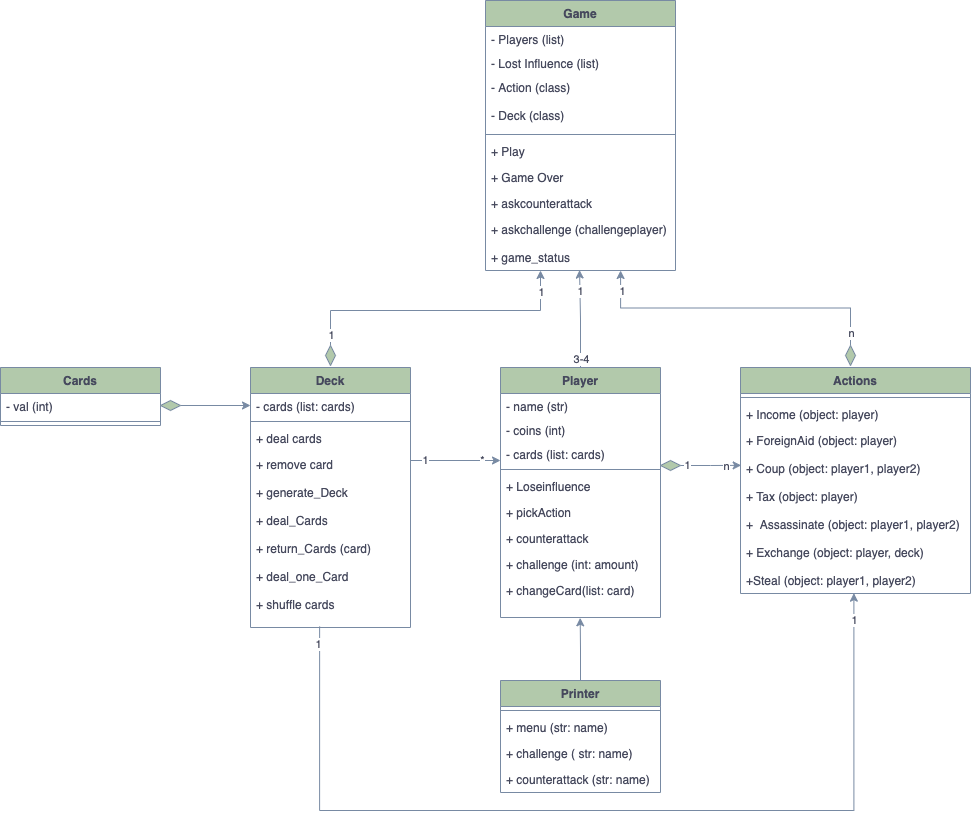
ICC3103-202110/proyecto-01-pizarro_montero keeps this draw.io diagram as Proyecto1_POO.png. Above is the earlier version. Source tidied: cells renumbered, new cells last; positions are measured from the earlier drawing's top-left corner, leaving out a move shared by most shapes.
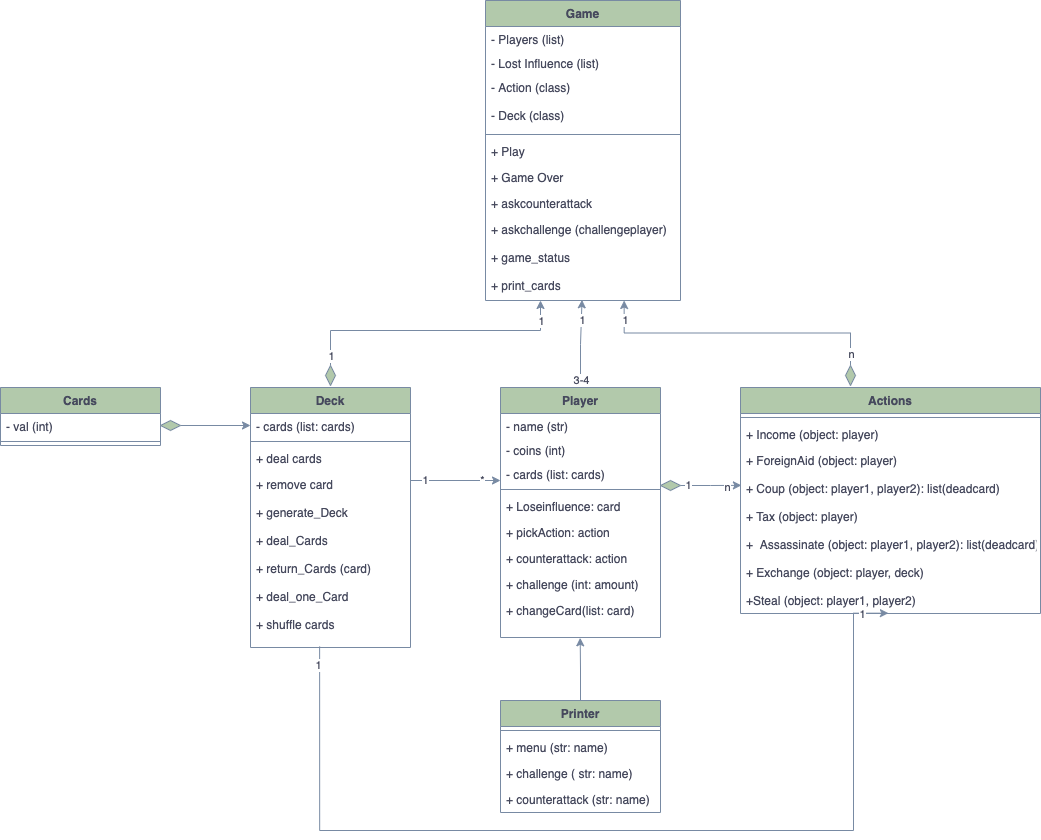
The same diagram one commit later.

The edit, as a diff of the source:
```diff
@@ -3,7 +3,12 @@
     <mxCell id="0" />
     <mxCell id="1" parent="0" />
     <mxCell id="2" style="edgeStyle=orthogonalEdgeStyle;rounded=0;jettySize=auto;html=1;entryX=0.495;entryY=0.992;entryDx=0;entryDy=0;entryPerimeter=0;fillColor=#B2C9AB;startArrow=none;exitX=0.5;exitY=0;exitDx=0;exitDy=0;strokeColor=#788AA3;fontColor=#46495D;" parent="1" edge="1" source="5" target="44">
-      <mxGeometry relative="1" as="geometry" />
+      <mxGeometry relative="1" as="geometry">
+        <Array as="points">
+          <mxPoint x="580" y="324" />
+          <mxPoint x="582" y="324" />
+        </Array>
+      </mxGeometry>
     </mxCell>
     <mxCell id="3" value="3-4" style="edgeLabel;html=1;align=center;verticalAlign=middle;fontColor=#46495D;" parent="2" vertex="1">
       <mxGeometry x="-0.82" relative="1" as="geometry" />
@@ -26,13 +31,13 @@
     <mxCell id="9" style="line;strokeWidth=1;fillColor=none;align=left;verticalAlign=middle;spacingTop=-1;spacingLeft=3;spacingRight=3;labelPosition=right;fontColor=#46495D;strokeColor=#788AA3;" parent="5" vertex="1">
       <mxGeometry y="98" width="160" height="8" as="geometry" />
     </mxCell>
-    <mxCell id="10" value="+ Loseinfluence" style="text;strokeColor=none;fillColor=none;align=left;verticalAlign=top;spacingLeft=4;spacingRight=4;overflow=hidden;fontColor=#46495D;" parent="5" vertex="1">
+    <mxCell id="10" value="+ Loseinfluence: card" style="text;strokeColor=none;fillColor=none;align=left;verticalAlign=top;spacingLeft=4;spacingRight=4;overflow=hidden;fontColor=#46495D;" parent="5" vertex="1">
       <mxGeometry y="106" width="160" height="26" as="geometry" />
     </mxCell>
-    <mxCell id="11" value="+ pickAction" style="text;strokeColor=none;fillColor=none;align=left;verticalAlign=top;spacingLeft=4;spacingRight=4;overflow=hidden;fontColor=#46495D;" parent="5" vertex="1">
+    <mxCell id="11" value="+ pickAction: action" style="text;strokeColor=none;fillColor=none;align=left;verticalAlign=top;spacingLeft=4;spacingRight=4;overflow=hidden;fontColor=#46495D;" parent="5" vertex="1">
       <mxGeometry y="132" width="160" height="26" as="geometry" />
     </mxCell>
-    <mxCell id="12" value="+ counterattack" style="text;strokeColor=none;fillColor=none;align=left;verticalAlign=top;spacingLeft=4;spacingRight=4;overflow=hidden;fontColor=#46495D;" parent="5" vertex="1">
+    <mxCell id="12" value="+ counterattack: action" style="text;strokeColor=none;fillColor=none;align=left;verticalAlign=top;spacingLeft=4;spacingRight=4;overflow=hidden;fontColor=#46495D;" parent="5" vertex="1">
       <mxGeometry y="158" width="160" height="26" as="geometry" />
     </mxCell>
     <mxCell id="13" value="+ challenge (int: amount)" style="text;strokeColor=none;fillColor=none;align=left;verticalAlign=top;spacingLeft=4;spacingRight=4;overflow=hidden;fontColor=#46495D;" parent="5" vertex="1">
@@ -42,16 +47,16 @@
       <mxGeometry y="210" width="160" height="40" as="geometry" />
     </mxCell>
     <mxCell id="15" value="Actions" style="swimlane;fontStyle=1;align=center;verticalAlign=top;horizontal=1;startSize=26;strokeColor=#788AA3;fillColor=#B2C9AB;fontColor=#46495D;" parent="1" vertex="1">
-      <mxGeometry x="740" y="367" width="230" height="226" as="geometry" />
+      <mxGeometry x="740" y="367" width="300" height="226" as="geometry" />
     </mxCell>
     <mxCell id="16" style="line;strokeWidth=1;fillColor=none;align=left;verticalAlign=middle;spacingTop=-1;spacingLeft=3;spacingRight=3;labelPosition=right;fontColor=#46495D;strokeColor=#788AA3;" parent="15" vertex="1">
-      <mxGeometry y="26" width="230" height="8" as="geometry" />
+      <mxGeometry y="26" width="300" height="8" as="geometry" />
     </mxCell>
     <mxCell id="17" value="+ Income (object: player)" style="text;strokeColor=none;fillColor=none;align=left;verticalAlign=top;spacingLeft=4;spacingRight=4;overflow=hidden;fontColor=#46495D;" parent="15" vertex="1">
-      <mxGeometry y="34" width="230" height="26" as="geometry" />
+      <mxGeometry y="34" width="300" height="26" as="geometry" />
     </mxCell>
-    <mxCell id="18" value="+ ForeignAid (object: player)&#10;&#10;+ Coup (object: player1, player2)&#10;&#10;+ Tax (object: player)&#10;&#10;+  Assassinate (object: player1, player2)&#10;&#10;+ Exchange (object: player, deck)&#10;&#10;+Steal (object: player1, player2)" style="text;strokeColor=none;fillColor=none;align=left;verticalAlign=top;spacingLeft=4;spacingRight=4;overflow=hidden;points=[[0,0.5],[1,0.5]];portConstraint=eastwest;fontColor=#46495D;" parent="15" vertex="1">
-      <mxGeometry y="60" width="230" height="166" as="geometry" />
+    <mxCell id="18" value="+ ForeignAid (object: player)&#10;&#10;+ Coup (object: player1, player2): list(deadcard)&#10;&#10;+ Tax (object: player)&#10;&#10;+  Assassinate (object: player1, player2): list(deadcard)&#10;&#10;+ Exchange (object: player, deck)&#10;&#10;+Steal (object: player1, player2)" style="text;strokeColor=none;fillColor=none;align=left;verticalAlign=top;spacingLeft=4;spacingRight=4;overflow=hidden;points=[[0,0.5],[1,0.5]];portConstraint=eastwest;fontColor=#46495D;" parent="15" vertex="1">
+      <mxGeometry y="60" width="300" height="166" as="geometry" />
     </mxCell>
     <mxCell id="19" style="edgeStyle=orthogonalEdgeStyle;rounded=0;jettySize=auto;html=1;entryX=0.498;entryY=1.008;entryDx=0;entryDy=0;entryPerimeter=0;fillColor=#B2C9AB;strokeColor=#788AA3;fontColor=#46495D;" parent="1" edge="1" source="20" target="14">
       <mxGeometry relative="1" as="geometry" />
@@ -114,31 +119,31 @@
       <mxGeometry y="84" width="160" height="176" as="geometry" />
     </mxCell>
     <mxCell id="36" value="Game" style="swimlane;fontStyle=1;align=center;verticalAlign=top;horizontal=1;startSize=26;strokeColor=#788AA3;fillColor=#B2C9AB;fontColor=#46495D;" parent="1" vertex="1">
-      <mxGeometry x="485" width="190" height="270" as="geometry" />
+      <mxGeometry x="485" y="-20" width="195" height="300" as="geometry" />
     </mxCell>
     <mxCell id="37" value="- Players (list)" style="text;strokeColor=none;fillColor=none;align=left;verticalAlign=top;spacingLeft=4;spacingRight=4;overflow=hidden;fontColor=#46495D;" parent="36" vertex="1">
-      <mxGeometry y="26" width="190" height="24" as="geometry" />
+      <mxGeometry y="26" width="195" height="24" as="geometry" />
     </mxCell>
     <mxCell id="38" value="- Lost Influence (list)" style="text;strokeColor=none;fillColor=none;align=left;verticalAlign=top;spacingLeft=4;spacingRight=4;overflow=hidden;fontColor=#46495D;" parent="36" vertex="1">
-      <mxGeometry y="50" width="190" height="24" as="geometry" />
+      <mxGeometry y="50" width="195" height="24" as="geometry" />
     </mxCell>
     <mxCell id="39" value="- Action (class) &#10;&#10;- Deck (class)" style="text;strokeColor=none;fillColor=none;align=left;verticalAlign=top;spacingLeft=4;spacingRight=4;overflow=hidden;fontColor=#46495D;" parent="36" vertex="1">
-      <mxGeometry y="74" width="190" height="56" as="geometry" />
+      <mxGeometry y="74" width="195" height="56" as="geometry" />
     </mxCell>
     <mxCell id="40" style="line;strokeWidth=1;fillColor=none;align=left;verticalAlign=middle;spacingTop=-1;spacingLeft=3;spacingRight=3;labelPosition=right;fontColor=#46495D;strokeColor=#788AA3;" parent="36" vertex="1">
-      <mxGeometry y="130" width="190" height="8" as="geometry" />
+      <mxGeometry y="130" width="195" height="8" as="geometry" />
     </mxCell>
     <mxCell id="41" value="+ Play" style="text;strokeColor=none;fillColor=none;align=left;verticalAlign=top;spacingLeft=4;spacingRight=4;overflow=hidden;fontColor=#46495D;" parent="36" vertex="1">
-      <mxGeometry y="138" width="190" height="26" as="geometry" />
+      <mxGeometry y="138" width="195" height="26" as="geometry" />
     </mxCell>
     <mxCell id="42" value="+ Game Over&#10;" style="text;strokeColor=none;fillColor=none;align=left;verticalAlign=top;spacingLeft=4;spacingRight=4;overflow=hidden;fontColor=#46495D;" parent="36" vertex="1">
-      <mxGeometry y="164" width="190" height="26" as="geometry" />
+      <mxGeometry y="164" width="195" height="26" as="geometry" />
     </mxCell>
     <mxCell id="43" value="+ askcounterattack&#10;" style="text;strokeColor=none;fillColor=none;align=left;verticalAlign=top;spacingLeft=4;spacingRight=4;overflow=hidden;fontColor=#46495D;" parent="36" vertex="1">
-      <mxGeometry y="190" width="190" height="26" as="geometry" />
+      <mxGeometry y="190" width="195" height="26" as="geometry" />
     </mxCell>
-    <mxCell id="44" value="+ askchallenge (challengeplayer)&#10;&#10;+ game_status" style="text;strokeColor=none;fillColor=none;align=left;verticalAlign=top;spacingLeft=4;spacingRight=4;overflow=hidden;points=[[0,0.5],[1,0.5]];portConstraint=eastwest;fontColor=#46495D;" parent="36" vertex="1">
-      <mxGeometry y="216" width="190" height="54" as="geometry" />
+    <mxCell id="44" value="+ askchallenge (challengeplayer)&#10;&#10;+ game_status&#10;&#10;+ print_cards" style="text;strokeColor=none;fillColor=none;align=left;verticalAlign=top;spacingLeft=4;spacingRight=4;overflow=hidden;points=[[0,0.5],[1,0.5]];portConstraint=eastwest;fontColor=#46495D;" parent="36" vertex="1">
+      <mxGeometry y="216" width="195" height="84" as="geometry" />
     </mxCell>
     <mxCell id="45" style="edgeStyle=orthogonalEdgeStyle;rounded=0;jettySize=auto;html=1;exitX=1;exitY=0.5;exitDx=0;exitDy=0;entryX=0;entryY=0.5;entryDx=0;entryDy=0;fillColor=#B2C9AB;startArrow=none;strokeColor=#788AA3;fontColor=#46495D;" parent="1" edge="1" source="50" target="32">
       <mxGeometry relative="1" as="geometry" />
```
